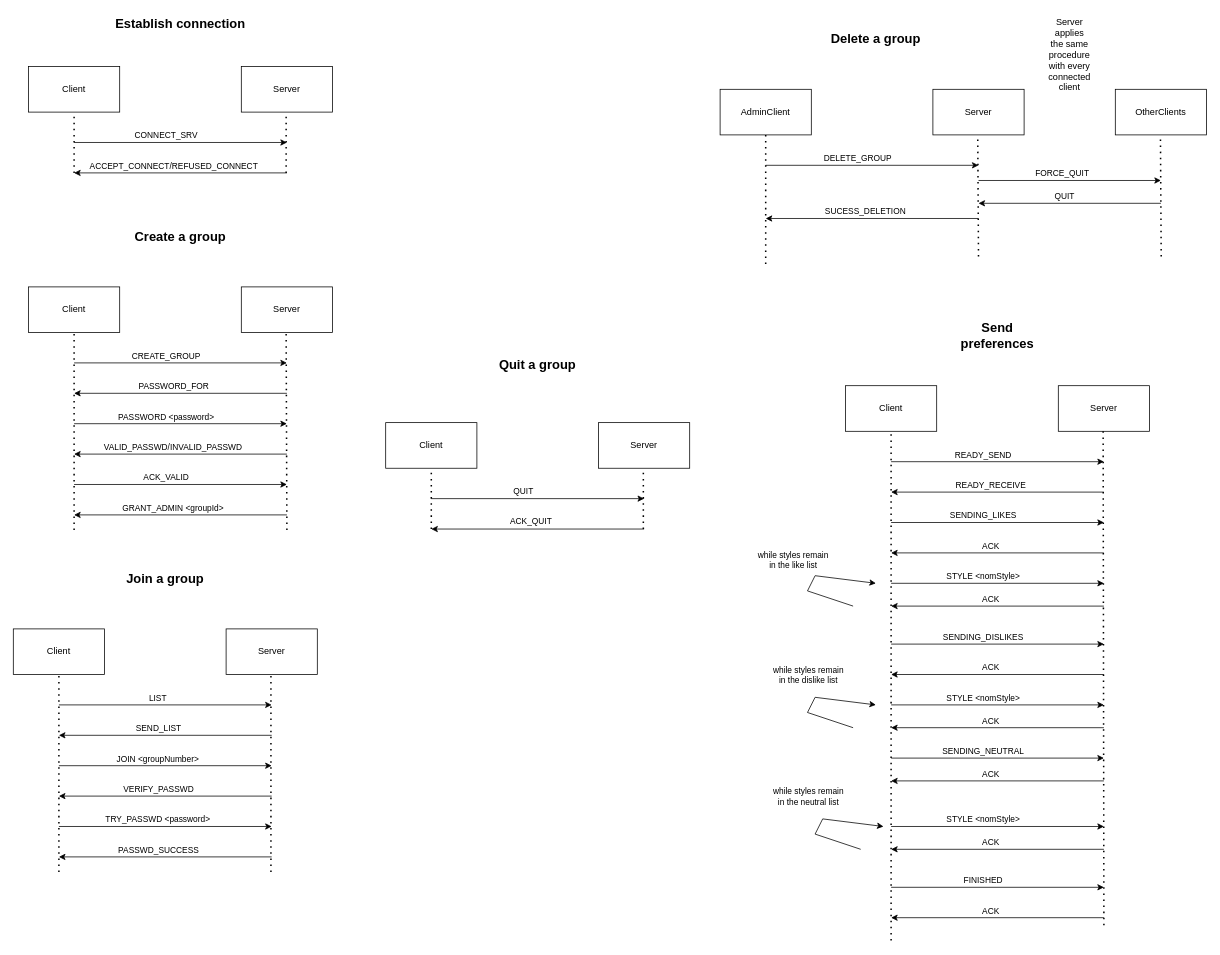
Earlier version of the draw.io diagram applicationProtocol/ConsulyProtocol.drawio (CamilleThHEIG/consuly). Source tidied: cells renumbered, new cells numbered last; positions are measured from the earlier drawing's top-left corner, leaving out a move shared by most shapes. Both pictures are drawn from the tidied source at 76%, with x=0, y=0 at pixel (13, 13).
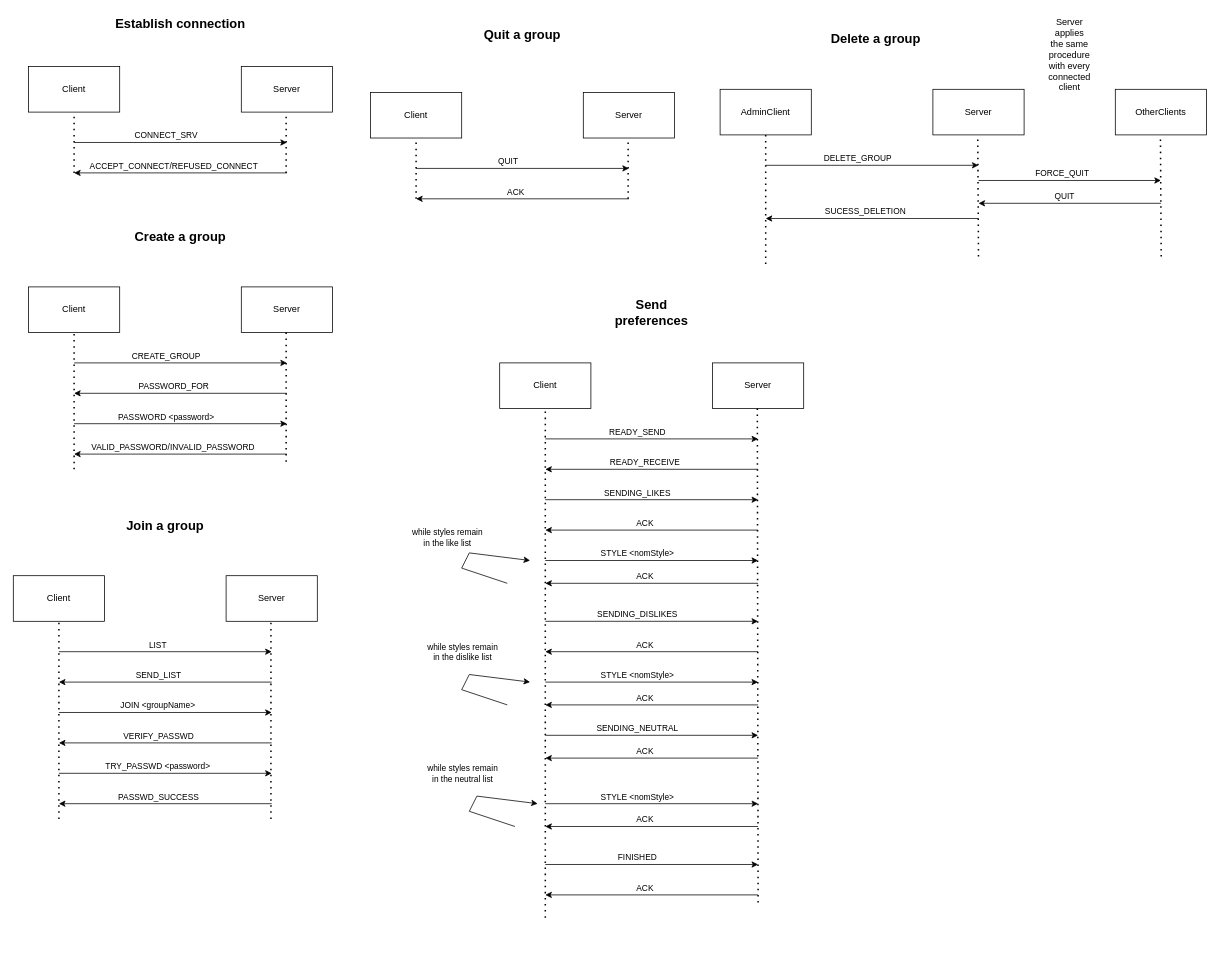
After the change.

The change refers to these unchanged cells:
```xml
<mxCell id="22" style="endArrow=classic;html=1;rounded=0;" parent="1" edge="1">
  <mxGeometry relative="1" as="geometry">
    <mxPoint x="360" y="580" as="sourcePoint" />
    <mxPoint x="80" y="580" as="targetPoint" />
  </mxGeometry>
</mxCell>
```

Change to the diagram source:
```diff
@@
     <mxCell id="13" style="endArrow=none;dashed=1;html=1;dashPattern=1 3;strokeWidth=2;rounded=0;entryX=0.5;entryY=1;entryDx=0;entryDy=0;" parent="1" edge="1">
       <mxGeometry relative="1" as="geometry">
-        <mxPoint x="360" y="680" as="sourcePoint" />
+        <mxPoint x="359" y="590" as="sourcePoint" />
         <mxPoint x="359" y="420" as="targetPoint" />
       </mxGeometry>
     </mxCell>
     <mxCell id="14" style="endArrow=none;dashed=1;html=1;dashPattern=1 3;strokeWidth=2;rounded=0;entryX=0.5;entryY=1;entryDx=0;entryDy=0;" parent="1" edge="1">
       <mxGeometry relative="1" as="geometry">
-        <mxPoint x="80" y="680" as="sourcePoint" />
+        <mxPoint x="80" y="600" as="sourcePoint" />
         <mxPoint x="80" y="420" as="targetPoint" />
       </mxGeometry>
     </mxCell>
@@
-    <mxCell id="23" value="VALID_PASSWD/INVALID_PASSWD" style="edgeLabel;html=1;align=center;verticalAlign=middle;" parent="22" vertex="1">
+    <mxCell id="23" value="VALID_PASSWORD/INVALID_PASSWORD" style="edgeLabel;html=1;align=center;verticalAlign=middle;" parent="22" vertex="1">
       <mxGeometry x="0.07" relative="1" as="geometry">
         <mxPoint x="-1" y="-10" as="offset" />
       </mxGeometry>
     </mxCell>
@@
     <mxCell id="40" value="Client" style="rounded=0;whiteSpace=wrap;html=1;" parent="1" vertex="1">
-      <mxGeometry y="810" width="120" height="60" as="geometry" />
+      <mxGeometry y="740" width="120" height="60" as="geometry" />
     </mxCell>
     <mxCell id="41" value="Server" style="rounded=0;whiteSpace=wrap;html=1;" parent="1" vertex="1">
-      <mxGeometry x="280" y="810" width="120" height="60" as="geometry" />
+      <mxGeometry x="280" y="740" width="120" height="60" as="geometry" />
     </mxCell>
     <mxCell id="42" style="endArrow=none;dashed=1;html=1;dashPattern=1 3;strokeWidth=2;rounded=0;entryX=0.5;entryY=1;entryDx=0;entryDy=0;" parent="1" edge="1">
       <mxGeometry relative="1" as="geometry">
-        <mxPoint x="339" y="1130" as="sourcePoint" />
-        <mxPoint x="339" y="870" as="targetPoint" />
+        <mxPoint x="339" y="1060" as="sourcePoint" />
+        <mxPoint x="339" y="800" as="targetPoint" />
       </mxGeometry>
     </mxCell>
     <mxCell id="43" style="endArrow=none;dashed=1;html=1;dashPattern=1 3;strokeWidth=2;rounded=0;entryX=0.5;entryY=1;entryDx=0;entryDy=0;" parent="1" edge="1">
       <mxGeometry relative="1" as="geometry">
-        <mxPoint x="60" y="1130" as="sourcePoint" />
-        <mxPoint x="60" y="870" as="targetPoint" />
+        <mxPoint x="60" y="1060" as="sourcePoint" />
+        <mxPoint x="60" y="800" as="targetPoint" />
       </mxGeometry>
     </mxCell>
     <mxCell id="44" style="endArrow=classic;html=1;rounded=0;" parent="1" edge="1">
       <mxGeometry relative="1" as="geometry">
-        <mxPoint x="60" y="910" as="sourcePoint" />
-        <mxPoint x="340" y="910" as="targetPoint" />
+        <mxPoint x="60" y="840" as="sourcePoint" />
+        <mxPoint x="340" y="840" as="targetPoint" />
       </mxGeometry>
     </mxCell>
@@
     <mxCell id="46" style="endArrow=classic;html=1;rounded=0;" parent="1" edge="1">
       <mxGeometry relative="1" as="geometry">
-        <mxPoint x="340" y="950" as="sourcePoint" />
-        <mxPoint x="60" y="950" as="targetPoint" />
+        <mxPoint x="340" y="880" as="sourcePoint" />
+        <mxPoint x="60" y="880" as="targetPoint" />
       </mxGeometry>
     </mxCell>
@@
     <mxCell id="48" value="&lt;span style=&quot;font-size: 17px;&quot;&gt;&lt;b&gt;Join a group&lt;/b&gt;&lt;/span&gt;" style="text;html=1;strokeColor=none;fillColor=none;align=center;verticalAlign=middle;whiteSpace=wrap;rounded=0;" parent="1" vertex="1">
-      <mxGeometry x="130" y="730" width="140" height="30" as="geometry" />
+      <mxGeometry x="130" y="660" width="140" height="30" as="geometry" />
     </mxCell>
     <mxCell id="49" style="endArrow=classic;html=1;rounded=0;" parent="1" edge="1">
       <mxGeometry relative="1" as="geometry">
-        <mxPoint x="60" y="990" as="sourcePoint" />
-        <mxPoint x="340" y="990" as="targetPoint" />
+        <mxPoint x="60" y="920" as="sourcePoint" />
+        <mxPoint x="340" y="920" as="targetPoint" />
       </mxGeometry>
     </mxCell>
-    <mxCell id="50" value="JOIN &amp;lt;groupNumber&amp;gt;" style="edgeLabel;html=1;align=center;verticalAlign=middle;" parent="49" vertex="1">
+    <mxCell id="50" value="JOIN &amp;lt;groupName&amp;gt;" style="edgeLabel;html=1;align=center;verticalAlign=middle;" parent="49" vertex="1">
       <mxGeometry x="-0.14" y="3" relative="1" as="geometry">
         <mxPoint x="9" y="-7" as="offset" />
       </mxGeometry>
     </mxCell>
     <mxCell id="51" style="endArrow=classic;html=1;rounded=0;" parent="1" edge="1">
       <mxGeometry relative="1" as="geometry">
-        <mxPoint x="340" y="1030" as="sourcePoint" />
-        <mxPoint x="60" y="1030" as="targetPoint" />
+        <mxPoint x="340" y="960" as="sourcePoint" />
+        <mxPoint x="60" y="960" as="targetPoint" />
       </mxGeometry>
     </mxCell>
@@
     <mxCell id="53" style="endArrow=classic;html=1;rounded=0;" parent="1" edge="1">
       <mxGeometry relative="1" as="geometry">
-        <mxPoint x="60" y="1070" as="sourcePoint" />
-        <mxPoint x="340" y="1070" as="targetPoint" />
+        <mxPoint x="60" y="1000" as="sourcePoint" />
+        <mxPoint x="340" y="1000" as="targetPoint" />
       </mxGeometry>
     </mxCell>
@@
     <mxCell id="55" style="endArrow=classic;html=1;rounded=0;" parent="1" edge="1">
       <mxGeometry relative="1" as="geometry">
-        <mxPoint x="340" y="1110" as="sourcePoint" />
-        <mxPoint x="60" y="1110" as="targetPoint" />
+        <mxPoint x="340" y="1040" as="sourcePoint" />
+        <mxPoint x="60" y="1040" as="targetPoint" />
       </mxGeometry>
     </mxCell>
@@
     <mxCell id="57" value="&lt;span style=&quot;font-size: 17px;&quot;&gt;&lt;b&gt;Quit a group&lt;/b&gt;&lt;/span&gt;" style="text;html=1;strokeColor=none;fillColor=none;align=center;verticalAlign=middle;whiteSpace=wrap;rounded=0;" parent="1" vertex="1">
-      <mxGeometry x="620" y="448.6" width="140" height="30" as="geometry" />
+      <mxGeometry x="600" y="14.1" width="140" height="30" as="geometry" />
     </mxCell>
     <mxCell id="58" value="Client" style="rounded=0;whiteSpace=wrap;html=1;" parent="1" vertex="1">
-      <mxGeometry x="490" y="538.6" width="120" height="60" as="geometry" />
+      <mxGeometry x="470" y="104.1" width="120" height="60" as="geometry" />
     </mxCell>
     <mxCell id="59" value="Server" style="rounded=0;whiteSpace=wrap;html=1;" parent="1" vertex="1">
-      <mxGeometry x="770" y="538.6" width="120" height="60" as="geometry" />
+      <mxGeometry x="750" y="104.1" width="120" height="60" as="geometry" />
     </mxCell>
     <mxCell id="60" style="endArrow=none;dashed=1;html=1;dashPattern=1 3;strokeWidth=2;rounded=0;entryX=0.5;entryY=1;entryDx=0;entryDy=0;" parent="1" edge="1">
       <mxGeometry relative="1" as="geometry">
-        <mxPoint x="829" y="678.6" as="sourcePoint" />
-        <mxPoint x="829" y="598.6" as="targetPoint" />
+        <mxPoint x="809" y="244.1" as="sourcePoint" />
+        <mxPoint x="809" y="164.1" as="targetPoint" />
       </mxGeometry>
     </mxCell>
     <mxCell id="61" style="endArrow=none;dashed=1;html=1;dashPattern=1 3;strokeWidth=2;rounded=0;entryX=0.5;entryY=1;entryDx=0;entryDy=0;" parent="1" edge="1">
       <mxGeometry relative="1" as="geometry">
-        <mxPoint x="550" y="678.6" as="sourcePoint" />
-        <mxPoint x="550" y="598.6" as="targetPoint" />
+        <mxPoint x="530" y="244.1" as="sourcePoint" />
+        <mxPoint x="530" y="164.1" as="targetPoint" />
       </mxGeometry>
     </mxCell>
     <mxCell id="62" style="endArrow=classic;html=1;rounded=0;" parent="1" edge="1">
       <mxGeometry relative="1" as="geometry">
-        <mxPoint x="550" y="638.6" as="sourcePoint" />
-        <mxPoint x="830" y="638.6" as="targetPoint" />
+        <mxPoint x="530" y="204.1" as="sourcePoint" />
+        <mxPoint x="810" y="204.1" as="targetPoint" />
       </mxGeometry>
     </mxCell>
@@
     <mxCell id="64" style="endArrow=classic;html=1;rounded=0;" parent="1" edge="1">
       <mxGeometry relative="1" as="geometry">
-        <mxPoint x="830" y="678.6" as="sourcePoint" />
-        <mxPoint x="550" y="678.6" as="targetPoint" />
+        <mxPoint x="810" y="244.1" as="sourcePoint" />
+        <mxPoint x="530" y="244.1" as="targetPoint" />
       </mxGeometry>
     </mxCell>
-    <mxCell id="65" value="ACK_QUIT" style="edgeLabel;html=1;align=center;verticalAlign=middle;" parent="64" vertex="1">
+    <mxCell id="65" value="ACK" style="edgeLabel;html=1;align=center;verticalAlign=middle;" parent="64" vertex="1">
       <mxGeometry x="0.07" relative="1" as="geometry">
         <mxPoint y="-10" as="offset" />
       </mxGeometry>
     </mxCell>
     <mxCell id="66" value="&lt;span style=&quot;font-size: 17px;&quot;&gt;&lt;b&gt;Send preferences&lt;/b&gt;&lt;/span&gt;" style="text;html=1;strokeColor=none;fillColor=none;align=center;verticalAlign=middle;whiteSpace=wrap;rounded=0;" parent="1" vertex="1">
-      <mxGeometry x="1225" y="410" width="140" height="30" as="geometry" />
+      <mxGeometry x="770" y="380" width="140" height="30" as="geometry" />
     </mxCell>
     <mxCell id="67" value="Client" style="rounded=0;whiteSpace=wrap;html=1;" parent="1" vertex="1">
-      <mxGeometry x="1095" y="490" width="120" height="60" as="geometry" />
+      <mxGeometry x="640" y="460" width="120" height="60" as="geometry" />
     </mxCell>
     <mxCell id="68" value="Server" style="rounded=0;whiteSpace=wrap;html=1;" parent="1" vertex="1">
-      <mxGeometry x="1375" y="490" width="120" height="60" as="geometry" />
+      <mxGeometry x="920" y="460" width="120" height="60" as="geometry" />
     </mxCell>
     <mxCell id="69" style="endArrow=none;dashed=1;html=1;dashPattern=1 3;strokeWidth=2;rounded=0;entryX=0.5;entryY=1;entryDx=0;entryDy=0;" parent="1" edge="1">
       <mxGeometry relative="1" as="geometry">
-        <mxPoint x="1435" y="1200" as="sourcePoint" />
-        <mxPoint x="1434" y="550" as="targetPoint" />
+        <mxPoint x="980" y="1170" as="sourcePoint" />
+        <mxPoint x="979" y="520" as="targetPoint" />
       </mxGeometry>
     </mxCell>
     <mxCell id="70" style="endArrow=none;dashed=1;html=1;dashPattern=1 3;strokeWidth=2;rounded=0;entryX=0.5;entryY=1;entryDx=0;entryDy=0;" parent="1" edge="1">
       <mxGeometry relative="1" as="geometry">
-        <mxPoint x="1155" y="1220" as="sourcePoint" />
-        <mxPoint x="1155" y="550" as="targetPoint" />
+        <mxPoint x="700" y="1190" as="sourcePoint" />
+        <mxPoint x="700" y="520" as="targetPoint" />
       </mxGeometry>
     </mxCell>
     <mxCell id="71" style="endArrow=classic;html=1;rounded=0;" parent="1" edge="1">
       <mxGeometry relative="1" as="geometry">
-        <mxPoint x="1155" y="590" as="sourcePoint" />
-        <mxPoint x="1435" y="590" as="targetPoint" />
+        <mxPoint x="700" y="560" as="sourcePoint" />
+        <mxPoint x="980" y="560" as="targetPoint" />
       </mxGeometry>
     </mxCell>
@@
     <mxCell id="73" style="endArrow=classic;html=1;rounded=0;" parent="1" edge="1">
       <mxGeometry relative="1" as="geometry">
-        <mxPoint x="1435" y="630" as="sourcePoint" />
-        <mxPoint x="1155" y="630" as="targetPoint" />
+        <mxPoint x="980" y="600" as="sourcePoint" />
+        <mxPoint x="700" y="600" as="targetPoint" />
       </mxGeometry>
     </mxCell>
@@
     <mxCell id="75" style="endArrow=classic;html=1;rounded=0;" parent="1" edge="1">
       <mxGeometry relative="1" as="geometry">
-        <mxPoint x="1155" y="670" as="sourcePoint" />
-        <mxPoint x="1435" y="670" as="targetPoint" />
+        <mxPoint x="700" y="640" as="sourcePoint" />
+        <mxPoint x="980" y="640" as="targetPoint" />
       </mxGeometry>
     </mxCell>
@@
     <mxCell id="77" style="endArrow=classic;html=1;rounded=0;" parent="1" edge="1">
       <mxGeometry relative="1" as="geometry">
-        <mxPoint x="1435" y="710" as="sourcePoint" />
-        <mxPoint x="1155" y="710" as="targetPoint" />
+        <mxPoint x="980" y="680" as="sourcePoint" />
+        <mxPoint x="700" y="680" as="targetPoint" />
       </mxGeometry>
     </mxCell>
@@
     <mxCell id="79" style="endArrow=classic;html=1;rounded=0;" parent="1" edge="1">
       <mxGeometry relative="1" as="geometry">
-        <mxPoint x="1155" y="750" as="sourcePoint" />
-        <mxPoint x="1435" y="750" as="targetPoint" />
+        <mxPoint x="700" y="720" as="sourcePoint" />
+        <mxPoint x="980" y="720" as="targetPoint" />
       </mxGeometry>
     </mxCell>
@@
     <mxCell id="81" style="endArrow=classic;html=1;rounded=0;" parent="1" edge="1">
       <mxGeometry relative="1" as="geometry">
-        <mxPoint x="1435" y="780" as="sourcePoint" />
-        <mxPoint x="1155" y="780" as="targetPoint" />
+        <mxPoint x="980" y="750" as="sourcePoint" />
+        <mxPoint x="700" y="750" as="targetPoint" />
       </mxGeometry>
     </mxCell>
@@
     <mxCell id="83" style="endArrow=classic;html=1;rounded=0;" parent="1" edge="1">
       <mxGeometry relative="1" as="geometry">
-        <mxPoint x="1105" y="780" as="sourcePoint" />
-        <mxPoint x="1135" y="750" as="targetPoint" />
+        <mxPoint x="650" y="750" as="sourcePoint" />
+        <mxPoint x="680" y="720" as="targetPoint" />
         <Array as="points">
-          <mxPoint x="1045" y="760" />
-          <mxPoint x="1055" y="740" />
+          <mxPoint x="590" y="730" />
+          <mxPoint x="600" y="710" />
         </Array>
       </mxGeometry>
     </mxCell>
@@
     <mxCell id="85" style="endArrow=classic;html=1;rounded=0;" parent="1" edge="1">
       <mxGeometry relative="1" as="geometry">
-        <mxPoint x="1155" y="830" as="sourcePoint" />
-        <mxPoint x="1435" y="830" as="targetPoint" />
+        <mxPoint x="700" y="800" as="sourcePoint" />
+        <mxPoint x="980" y="800" as="targetPoint" />
       </mxGeometry>
     </mxCell>
@@
     <mxCell id="87" style="endArrow=classic;html=1;rounded=0;" parent="1" edge="1">
       <mxGeometry relative="1" as="geometry">
-        <mxPoint x="1435" y="870" as="sourcePoint" />
-        <mxPoint x="1155" y="870" as="targetPoint" />
+        <mxPoint x="980" y="840" as="sourcePoint" />
+        <mxPoint x="700" y="840" as="targetPoint" />
       </mxGeometry>
     </mxCell>
@@
     <mxCell id="89" style="endArrow=classic;html=1;rounded=0;" parent="1" edge="1">
       <mxGeometry relative="1" as="geometry">
-        <mxPoint x="1155" y="910" as="sourcePoint" />
-        <mxPoint x="1435" y="910" as="targetPoint" />
+        <mxPoint x="700" y="880" as="sourcePoint" />
+        <mxPoint x="980" y="880" as="targetPoint" />
       </mxGeometry>
     </mxCell>
@@
     <mxCell id="91" style="endArrow=classic;html=1;rounded=0;" parent="1" edge="1">
       <mxGeometry relative="1" as="geometry">
-        <mxPoint x="1435" y="940" as="sourcePoint" />
-        <mxPoint x="1155" y="940" as="targetPoint" />
+        <mxPoint x="980" y="910" as="sourcePoint" />
+        <mxPoint x="700" y="910" as="targetPoint" />
       </mxGeometry>
     </mxCell>
@@
     <mxCell id="93" style="endArrow=classic;html=1;rounded=0;" parent="1" edge="1">
       <mxGeometry relative="1" as="geometry">
-        <mxPoint x="1105" y="940" as="sourcePoint" />
-        <mxPoint x="1135" y="910" as="targetPoint" />
+        <mxPoint x="650" y="910" as="sourcePoint" />
+        <mxPoint x="680" y="880" as="targetPoint" />
         <Array as="points">
-          <mxPoint x="1045" y="920" />
-          <mxPoint x="1055" y="900" />
+          <mxPoint x="590" y="890" />
+          <mxPoint x="600" y="870" />
         </Array>
       </mxGeometry>
     </mxCell>
     <mxCell id="94" style="endArrow=classic;html=1;rounded=0;" parent="1" edge="1">
       <mxGeometry relative="1" as="geometry">
-        <mxPoint x="1155" y="980" as="sourcePoint" />
-        <mxPoint x="1435" y="980" as="targetPoint" />
+        <mxPoint x="700" y="950" as="sourcePoint" />
+        <mxPoint x="980" y="950" as="targetPoint" />
       </mxGeometry>
     </mxCell>
@@
     <mxCell id="96" style="endArrow=classic;html=1;rounded=0;" parent="1" edge="1">
       <mxGeometry relative="1" as="geometry">
-        <mxPoint x="1435" y="1010" as="sourcePoint" />
-        <mxPoint x="1155" y="1010" as="targetPoint" />
+        <mxPoint x="980" y="980" as="sourcePoint" />
+        <mxPoint x="700" y="980" as="targetPoint" />
       </mxGeometry>
     </mxCell>
@@
     <mxCell id="98" style="endArrow=classic;html=1;rounded=0;" parent="1" edge="1">
       <mxGeometry relative="1" as="geometry">
-        <mxPoint x="1155" y="1070" as="sourcePoint" />
-        <mxPoint x="1435" y="1070" as="targetPoint" />
+        <mxPoint x="700" y="1040" as="sourcePoint" />
+        <mxPoint x="980" y="1040" as="targetPoint" />
       </mxGeometry>
     </mxCell>
@@
     <mxCell id="100" style="endArrow=classic;html=1;rounded=0;" parent="1" edge="1">
       <mxGeometry relative="1" as="geometry">
-        <mxPoint x="1435" y="1100" as="sourcePoint" />
-        <mxPoint x="1155" y="1100" as="targetPoint" />
+        <mxPoint x="980" y="1070" as="sourcePoint" />
+        <mxPoint x="700" y="1070" as="targetPoint" />
       </mxGeometry>
     </mxCell>
@@
     <mxCell id="102" style="endArrow=classic;html=1;rounded=0;" parent="1" edge="1">
       <mxGeometry relative="1" as="geometry">
-        <mxPoint x="1115" y="1100" as="sourcePoint" />
-        <mxPoint x="1145" y="1070" as="targetPoint" />
+        <mxPoint x="660" y="1070" as="sourcePoint" />
+        <mxPoint x="690" y="1040" as="targetPoint" />
         <Array as="points">
-          <mxPoint x="1055" y="1080" />
-          <mxPoint x="1065" y="1060" />
+          <mxPoint x="600" y="1050" />
+          <mxPoint x="610" y="1030" />
         </Array>
       </mxGeometry>
     </mxCell>
     <mxCell id="103" style="endArrow=classic;html=1;rounded=0;" parent="1" edge="1">
       <mxGeometry relative="1" as="geometry">
-        <mxPoint x="1155" y="1150" as="sourcePoint" />
-        <mxPoint x="1435" y="1150" as="targetPoint" />
+        <mxPoint x="700" y="1120" as="sourcePoint" />
+        <mxPoint x="980" y="1120" as="targetPoint" />
       </mxGeometry>
     </mxCell>
@@
     <mxCell id="105" value="while styles remain&lt;br&gt;in the dislike list" style="edgeLabel;html=1;align=center;verticalAlign=middle;" parent="1" vertex="1">
-      <mxGeometry x="1045" y="870" as="geometry" />
+      <mxGeometry x="590" y="840" as="geometry" />
     </mxCell>
     <mxCell id="106" value="while styles remain&lt;br&gt;in the neutral list" style="edgeLabel;html=1;align=center;verticalAlign=middle;" parent="1" vertex="1">
-      <mxGeometry x="1045" y="1030" as="geometry" />
+      <mxGeometry x="590" y="1000" as="geometry" />
     </mxCell>
     <mxCell id="107" style="endArrow=classic;html=1;rounded=0;" parent="1" edge="1">
       <mxGeometry relative="1" as="geometry">
-        <mxPoint x="1435" y="1190" as="sourcePoint" />
-        <mxPoint x="1155" y="1190" as="targetPoint" />
+        <mxPoint x="980" y="1160" as="sourcePoint" />
+        <mxPoint x="700" y="1160" as="targetPoint" />
       </mxGeometry>
     </mxCell>
@@
-    <mxCell id="109" style="endArrow=classic;html=1;rounded=0;" parent="1" edge="1">
-      <mxGeometry relative="1" as="geometry">
-        <mxPoint x="80" y="620" as="sourcePoint" />
-        <mxPoint x="360" y="620" as="targetPoint" />
-      </mxGeometry>
-    </mxCell>
-    <mxCell id="110" value="ACK_VALID" style="edgeLabel;html=1;align=center;verticalAlign=middle;" parent="109" vertex="1">
-      <mxGeometry x="-0.14" y="3" relative="1" as="geometry">
-        <mxPoint y="-7" as="offset" />
-      </mxGeometry>
-    </mxCell>
-    <mxCell id="111" style="endArrow=classic;html=1;rounded=0;" parent="1" edge="1">
-      <mxGeometry relative="1" as="geometry">
-        <mxPoint x="360" y="660" as="sourcePoint" />
-        <mxPoint x="80" y="660" as="targetPoint" />
-      </mxGeometry>
-    </mxCell>
-    <mxCell id="112" value="GRANT_ADMIN &amp;lt;groupId&amp;gt;" style="edgeLabel;html=1;align=center;verticalAlign=middle;" parent="111" vertex="1">
-      <mxGeometry x="0.07" relative="1" as="geometry">
-        <mxPoint x="-1" y="-10" as="offset" />
-      </mxGeometry>
-    </mxCell>
```
